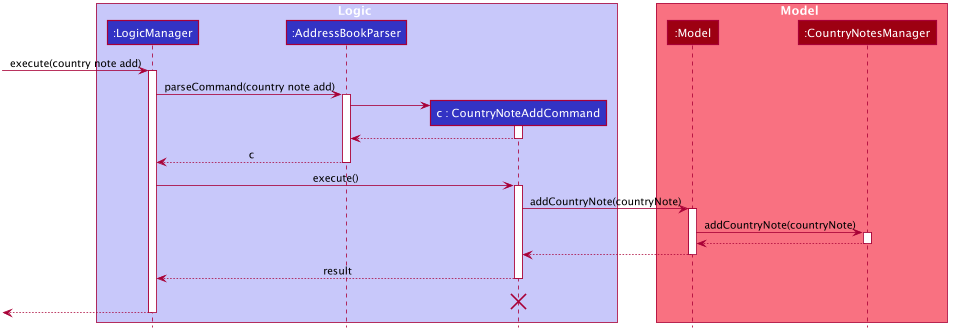
Before: docs/images/CountryNoteAddSeqDiag.png, a diagram exported from PlantUML (tankangliang/tp). Its diagram source:
```plantuml
@startuml








skinparam BackgroundColor #FFFFFFF

skinparam Shadowing false

skinparam Class {
    FontColor #FFFFFF
    BorderThickness 1
    BorderColor #FFFFFF
    StereotypeFontColor #FFFFFF
    FontName Arial
}

skinparam Actor {
    BorderColor #000000
    Color #000000
    FontName Arial
}

skinparam Sequence {
    MessageAlign center
    BoxFontSize 15
    BoxPadding 0
    BoxFontColor #FFFFFF
    FontName Arial
}

skinparam Participant {
    FontColor #FFFFFFF
    Padding 20
}

skinparam MinClassWidth 50
skinparam ParticipantPadding 10
skinparam Shadowing false
skinparam DefaultTextAlignment center
skinparam packageStyle Rectangle

hide footbox
hide members
hide circle

box Logic #C8C8FA
participant ":LogicManager" as LogicManager #3333C4
participant ":AddressBookParser" as AddressBookParser #3333C4
participant "c : CountryNoteAddCommand" as CountryNoteAddCommand #3333C4
end box

box Model #F97181
participant ":Model" as Model #9D0012
participant ":CountryNotesManager" as CountryNotesManager #9D0012
end box
[-> LogicManager : execute(country note add)
activate LogicManager

LogicManager -> AddressBookParser : parseCommand(country note add)
activate AddressBookParser

create CountryNoteAddCommand
AddressBookParser -> CountryNoteAddCommand
activate CountryNoteAddCommand

CountryNoteAddCommand --> AddressBookParser
deactivate CountryNoteAddCommand

AddressBookParser --> LogicManager : c
deactivate AddressBookParser

LogicManager -> CountryNoteAddCommand : execute()
activate CountryNoteAddCommand

CountryNoteAddCommand -> Model : addCountryNote(countryNote)
activate Model

Model -> CountryNotesManager : addCountryNote(countryNote)
activate CountryNotesManager

CountryNotesManager --> Model
deactivate CountryNotesManager

Model --> CountryNoteAddCommand
deactivate Model

CountryNoteAddCommand --> LogicManager : result
deactivate CountryNoteAddCommand
CountryNoteAddCommand -[hidden]-> LogicManager : result
destroy CountryNoteAddCommand

[<--LogicManager
deactivate LogicManager
@enduml
```
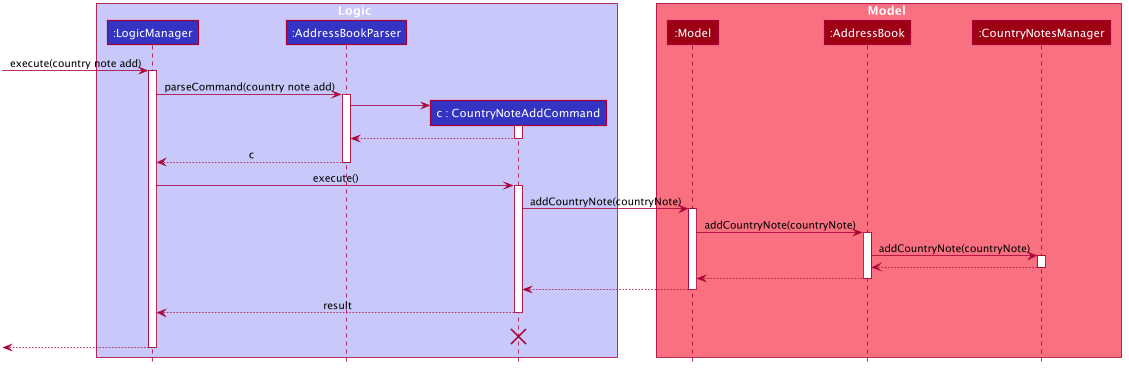
After the change.

Commit message:
Update seq diag according to PR review

Diff of the diagram source:
```diff
@@ -56,6 +56,7 @@
 
 box Model #F97181
 participant ":Model" as Model #9D0012
+participant ":AddressBook" as AddressBook #9D0012
 participant ":CountryNotesManager" as CountryNotesManager #9D0012
 end box
 [-> LogicManager : execute(country note add)
@@ -80,11 +81,17 @@
 CountryNoteAddCommand -> Model : addCountryNote(countryNote)
 activate Model
 
-Model -> CountryNotesManager : addCountryNote(countryNote)
+Model -> AddressBook : addCountryNote(countryNote)
+activate AddressBook
+
+AddressBook -> CountryNotesManager : addCountryNote(countryNote)
 activate CountryNotesManager
 
-CountryNotesManager --> Model
+CountryNotesManager --> AddressBook
 deactivate CountryNotesManager
+
+AddressBook --> Model
+deactivate AddressBook
 
 Model --> CountryNoteAddCommand
 deactivate Model
```
